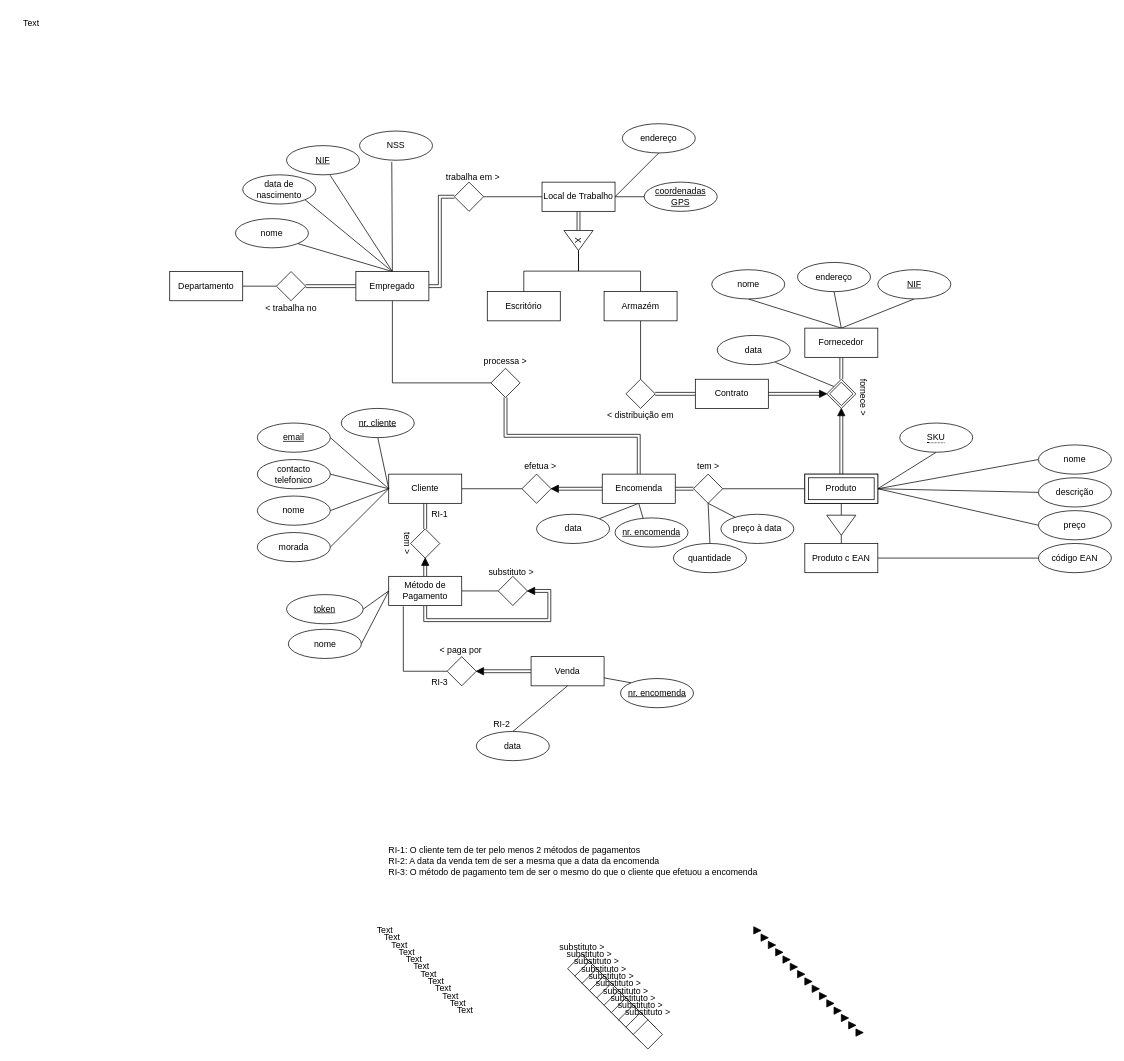
Before: Untitled Diagram.drawio in joaodrmacas/Postgres-DB, a draw.io diagram. Source tidied: cells renumbered, new cells numbered last; positions are measured from the earlier drawing's top-left corner, leaving out a move shared by most shapes. Both pictures are drawn from the tidied source at 73%, with x=0, y=0 at pixel (12, 12).
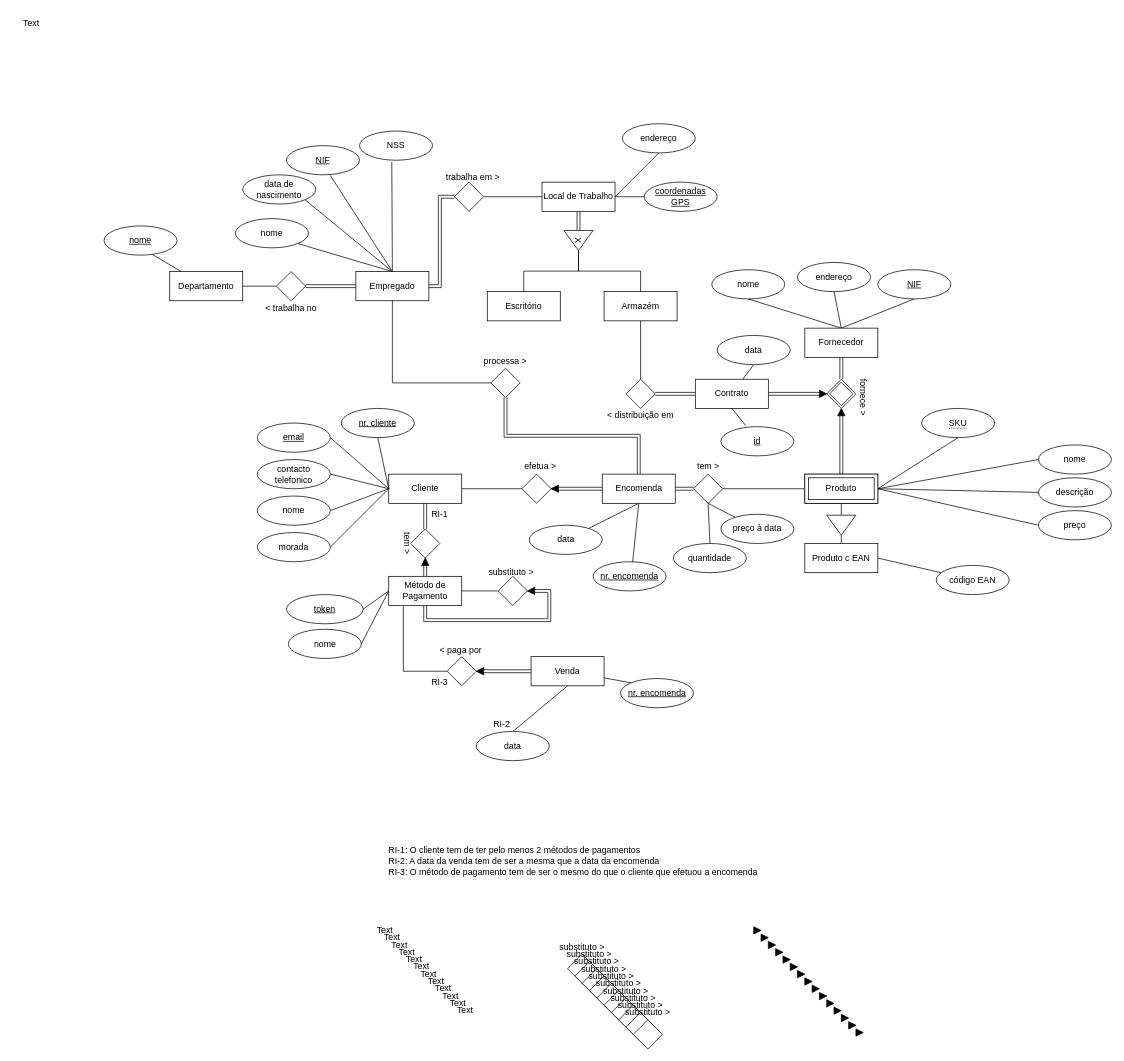
After the change.

Unchanged cells that the change refers to:
```xml
<mxCell id="149" style="shape=rhombus;double=1;perimeter=rhombusPerimeter;whiteSpace=wrap;html=1;align=center;" parent="1" vertex="1">
  <mxGeometry x="1115" y="502" width="40" height="40" as="geometry" />
</mxCell>
<mxCell id="157" value="Contrato" style="whiteSpace=wrap;html=1;align=center;" parent="1" vertex="1">
  <mxGeometry x="935" y="502" width="100" height="40" as="geometry" />
</mxCell>
<mxCell id="158" value="data" style="ellipse;whiteSpace=wrap;html=1;align=center;" parent="1" vertex="1">
  <mxGeometry x="965" y="442" width="100" height="40" as="geometry" />
</mxCell>
<mxCell id="173" value="Departamento" style="whiteSpace=wrap;html=1;align=center;" parent="1" vertex="1">
  <mxGeometry x="215" y="354.5" width="100" height="40" as="geometry" />
</mxCell>
```

Diff of the diagram source:
```diff
@@
     <mxCell id="64" value="data" style="ellipse;whiteSpace=wrap;html=1;align=center;" parent="1" vertex="1">
-      <mxGeometry x="717.5" y="687" width="100" height="40" as="geometry" />
+      <mxGeometry x="707.5" y="702" width="100" height="40" as="geometry" />
     </mxCell>
     <mxCell id="65" value="nr. encomenda" style="ellipse;whiteSpace=wrap;html=1;align=center;fontStyle=4;" parent="1" vertex="1">
-      <mxGeometry x="825" y="692" width="100" height="40" as="geometry" />
+      <mxGeometry x="795" y="752" width="100" height="40" as="geometry" />
     </mxCell>
@@
     <mxCell id="137" value="código EAN" style="ellipse;whiteSpace=wrap;html=1;align=center;" parent="1" vertex="1">
-      <mxGeometry x="1405" y="727" width="100" height="40" as="geometry" />
+      <mxGeometry x="1265" y="757" width="100" height="40" as="geometry" />
     </mxCell>
@@
     <mxCell id="139" value="&lt;span style=&quot;border-bottom: 1px dotted&quot;&gt;SKU&lt;/span&gt;" style="ellipse;whiteSpace=wrap;html=1;align=center;" parent="1" vertex="1">
-      <mxGeometry x="1215" y="562" width="100" height="40" as="geometry" />
+      <mxGeometry x="1245" y="542" width="100" height="40" as="geometry" />
     </mxCell>
@@
-    <mxCell id="148" style="rounded=0;jettySize=auto;html=1;exitX=0;exitY=0;exitDx=0;exitDy=0;entryX=0.796;entryY=0.923;entryDx=0;entryDy=0;entryPerimeter=0;endArrow=none;endFill=0;" parent="1" edge="1" source="149" target="158">
+    <mxCell id="148" style="rounded=0;jettySize=auto;html=1;entryX=0.5;entryY=1;entryDx=0;entryDy=0;endArrow=none;endFill=0;" parent="1" edge="1" source="157" target="158">
       <mxGeometry relative="1" as="geometry" />
     </mxCell>
@@
+    <mxCell id="195" value="&lt;u&gt;nome&lt;/u&gt;" style="ellipse;whiteSpace=wrap;html=1;align=center;" parent="1" vertex="1">
+      <mxGeometry x="125" y="292" width="100" height="40" as="geometry" />
+    </mxCell>
+    <mxCell id="196" style="rounded=0;jettySize=auto;html=1;exitX=0.663;exitY=0.981;exitDx=0;exitDy=0;endArrow=none;endFill=0;exitPerimeter=0;" parent="1" edge="1" source="195" target="173">
+      <mxGeometry relative="1" as="geometry" />
+    </mxCell>
+    <mxCell id="197" value="&lt;u&gt;id&lt;/u&gt;" style="ellipse;whiteSpace=wrap;html=1;align=center;" parent="1" vertex="1">
+      <mxGeometry x="970" y="567" width="100" height="40" as="geometry" />
+    </mxCell>
+    <mxCell id="198" style="rounded=0;jettySize=auto;html=1;entryX=0.342;entryY=-0.033;entryDx=0;entryDy=0;endArrow=none;endFill=0;exitX=0.5;exitY=1;exitDx=0;exitDy=0;entryPerimeter=0;" parent="1" edge="1" source="157" target="197">
+      <mxGeometry relative="1" as="geometry" />
+    </mxCell>
```
